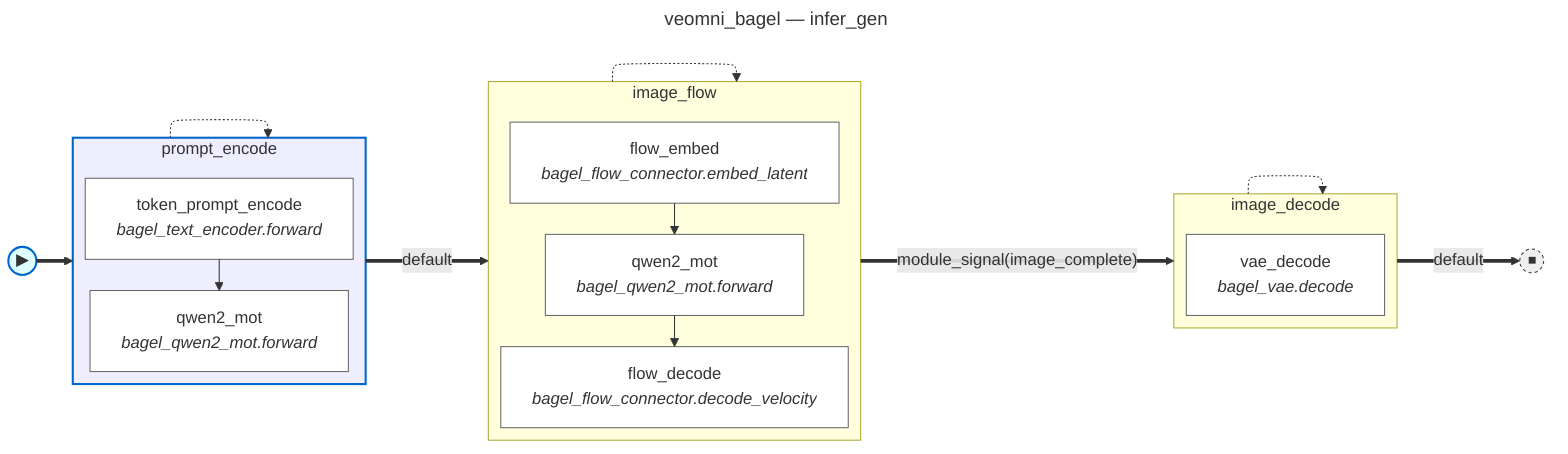
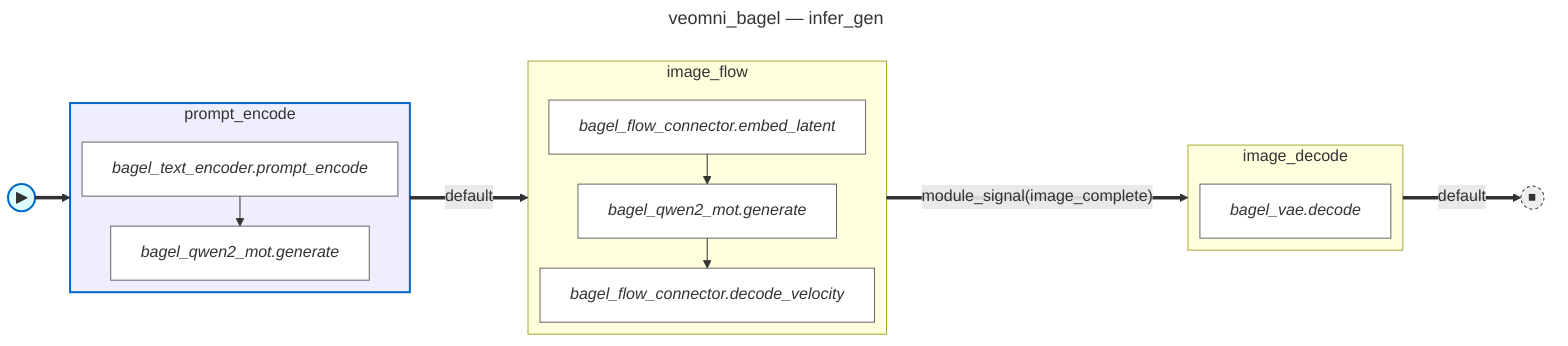
---
title: veomni_bagel — infer_gen
---
%%{init: {'flowchart': {'defaultRenderer': 'elk'}}}%%
flowchart LR
    fsm_start(("▶")):::fsm_start
    fsm_done(("⏹")):::fsm_terminal
    subgraph state_prompt_encode [prompt_encode]
        direction TB
-         prompt_encode__token_prompt_encode["token_prompt_encode<br/><i>bagel_text_encoder.forward</i>"]:::body_node
-         prompt_encode__qwen2_mot["qwen2_mot<br/><i>bagel_qwen2_mot.forward</i>"]:::body_node
-         prompt_encode__token_prompt_encode --> prompt_encode__qwen2_mot
+         prompt_encode__bagel_text_encoder_prompt_encode["<i>bagel_text_encoder.prompt_encode</i>"]:::body_node
+         prompt_encode__bagel_qwen2_mot_generate["<i>bagel_qwen2_mot.generate</i>"]:::body_node
+         prompt_encode__bagel_text_encoder_prompt_encode --> prompt_encode__bagel_qwen2_mot_generate
    end
    subgraph state_image_flow [image_flow]
        direction TB
-         image_flow__flow_embed["flow_embed<br/><i>bagel_flow_connector.embed_latent</i>"]:::body_node
-         image_flow__qwen2_mot["qwen2_mot<br/><i>bagel_qwen2_mot.forward</i>"]:::body_node
-         image_flow__flow_decode["flow_decode<br/><i>bagel_flow_connector.decode_velocity</i>"]:::body_node
-         image_flow__flow_embed --> image_flow__qwen2_mot
-         image_flow__qwen2_mot --> image_flow__flow_decode
+         image_flow__bagel_flow_connector_embed_latent["<i>bagel_flow_connector.embed_latent</i>"]:::body_node
+         image_flow__bagel_qwen2_mot_generate["<i>bagel_qwen2_mot.generate</i>"]:::body_node
+         image_flow__bagel_flow_connector_decode_velocity["<i>bagel_flow_connector.decode_velocity</i>"]:::body_node
+         image_flow__bagel_flow_connector_embed_latent --> image_flow__bagel_qwen2_mot_generate
+         image_flow__bagel_qwen2_mot_generate --> image_flow__bagel_flow_connector_decode_velocity
    end
    subgraph state_image_decode [image_decode]
        direction TB
-         image_decode__vae_decode["vae_decode<br/><i>bagel_vae.decode</i>"]:::body_node
+         image_decode__bagel_vae_decode["<i>bagel_vae.decode</i>"]:::body_node
    end
-     state_prompt_encode -.-> state_prompt_encode
-     state_image_flow -.-> state_image_flow
-     state_image_decode -.-> state_image_decode
    fsm_start ==> state_prompt_encode
    state_prompt_encode ==>|"default"| state_image_flow
    state_image_flow ==>|"module_signal(image_complete)"| state_image_decode
    state_image_decode ==>|"default"| fsm_done
    classDef body_node fill:#fff,stroke:#666
    classDef fsm_start fill:#dff,stroke:#06c,stroke-width:2px
    classDef fsm_terminal fill:#eee,stroke:#333,stroke-width:1px,stroke-dasharray:3 3
    style state_prompt_encode fill:#eef,stroke:#06c,stroke-width:2px
